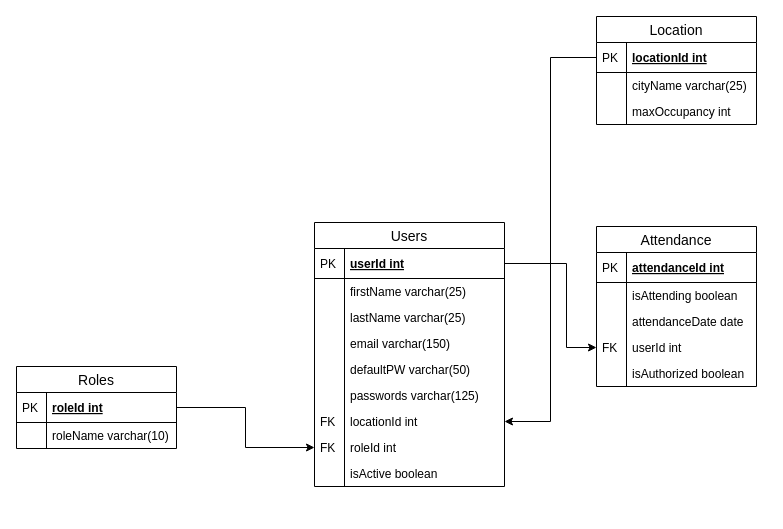
The draw.io diagram Documentations/ElephantERD.drawio in dev10-BackToWork/Elephant, before the edit. Source tidied: cells renumbered, new cells numbered last; positions are measured from the earlier drawing's top-left corner, leaving out a move shared by most shapes. Both pictures are drawn from the tidied source at 100%, with x=0, y=0 at pixel (16, 16).
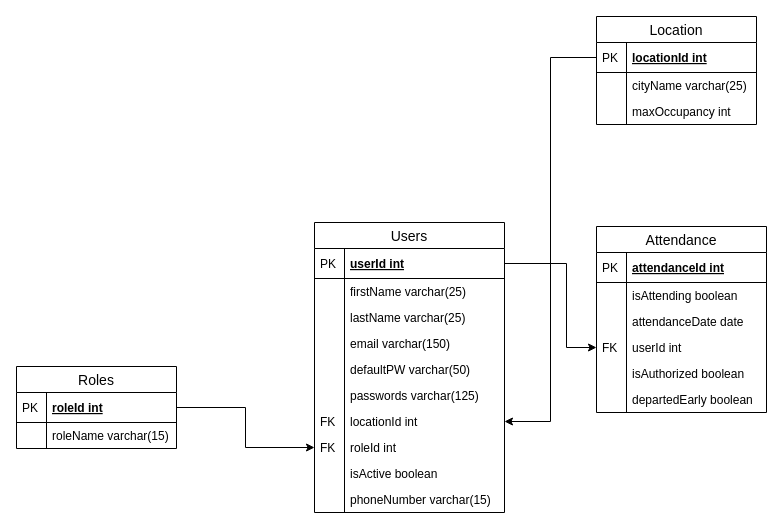
The same page after the edit.

Commit message (it also covers changes not shown here):
Added phoneNumber field to user table and departedEarly field to attendance table. Updated ERD.

Unchanged cells that the change refers to:
```xml
<mxCell id="15" value="Roles" style="swimlane;fontStyle=0;horizontal=1;startSize=26;align=center;fontSize=14;" parent="1" vertex="1">
  <mxGeometry y="350" width="160" height="82" as="geometry" />
</mxCell>
```

Change to the diagram source:
```diff
@@
     <mxCell id="3" value="Attendance" style="swimlane;fontStyle=0;horizontal=1;startSize=26;align=center;fontSize=14;" parent="1" vertex="1">
-      <mxGeometry x="580" y="210" width="160" height="160" as="geometry" />
+      <mxGeometry x="580" y="210" width="170" height="186" as="geometry" />
     </mxCell>
     <mxCell id="4" value="attendanceId int" style="shape=partialRectangle;top=0;left=0;right=0;bottom=1;align=left;verticalAlign=middle;fillColor=none;spacingLeft=34;spacingRight=4;overflow=hidden;fontStyle=5;fontSize=12;" parent="3" vertex="1">
-      <mxGeometry y="26" width="160" height="30" as="geometry" />
+      <mxGeometry y="26" width="170" height="30" as="geometry" />
     </mxCell>
@@
     <mxCell id="6" value="isAttending boolean" style="shape=partialRectangle;top=0;left=0;right=0;bottom=0;align=left;verticalAlign=top;fillColor=none;spacingLeft=34;spacingRight=4;overflow=hidden;fontSize=12;" parent="3" vertex="1">
-      <mxGeometry y="56" width="160" height="26" as="geometry" />
+      <mxGeometry y="56" width="170" height="26" as="geometry" />
     </mxCell>
@@
     <mxCell id="8" value="attendanceDate date" style="shape=partialRectangle;top=0;left=0;right=0;bottom=0;align=left;verticalAlign=top;fillColor=none;spacingLeft=34;spacingRight=4;overflow=hidden;fontSize=12;" parent="3" vertex="1">
-      <mxGeometry y="82" width="160" height="26" as="geometry" />
+      <mxGeometry y="82" width="170" height="26" as="geometry" />
     </mxCell>
@@
     <mxCell id="10" value="userId int" style="shape=partialRectangle;top=0;left=0;right=0;bottom=0;align=left;verticalAlign=top;fillColor=none;spacingLeft=34;spacingRight=4;overflow=hidden;points=[[0,0.5],[1,0.5]];portConstraint=eastwest;fontSize=12;" parent="3" vertex="1">
-      <mxGeometry y="108" width="160" height="26" as="geometry" />
+      <mxGeometry y="108" width="170" height="26" as="geometry" />
     </mxCell>
@@
     <mxCell id="12" value="isAuthorized boolean" style="shape=partialRectangle;top=0;left=0;right=0;bottom=0;align=left;verticalAlign=top;fillColor=none;spacingLeft=34;spacingRight=4;overflow=hidden;fontSize=12;" parent="3" vertex="1">
-      <mxGeometry y="134" width="160" height="26" as="geometry" />
+      <mxGeometry y="134" width="170" height="26" as="geometry" />
     </mxCell>
@@
+    <mxCell id="47" value="departedEarly boolean" style="shape=partialRectangle;top=0;left=0;right=0;bottom=0;align=left;verticalAlign=top;fillColor=none;spacingLeft=34;spacingRight=4;overflow=hidden;fontSize=12;" parent="3" vertex="1">
+      <mxGeometry y="160" width="170" height="26" as="geometry" />
+    </mxCell>
+    <mxCell id="48" style="shape=partialRectangle;top=0;left=0;bottom=0;fillColor=none;align=left;verticalAlign=top;spacingLeft=4;spacingRight=4;overflow=hidden;fontSize=12;" parent="47" vertex="1">
+      <mxGeometry width="30" height="26" as="geometry" />
+    </mxCell>
@@
-    <mxCell id="18" value="roleName varchar(10)" style="shape=partialRectangle;top=0;left=0;right=0;bottom=0;align=left;verticalAlign=top;fillColor=none;spacingLeft=34;spacingRight=4;overflow=hidden;fontSize=12;" parent="15" vertex="1">
+    <mxCell id="18" value="roleName varchar(15)" style="shape=partialRectangle;top=0;left=0;right=0;bottom=0;align=left;verticalAlign=top;fillColor=none;spacingLeft=34;spacingRight=4;overflow=hidden;fontSize=12;" parent="15" vertex="1">
       <mxGeometry y="56" width="160" height="26" as="geometry" />
     </mxCell>
@@
     <mxCell id="27" value="Users" style="swimlane;fontStyle=0;horizontal=1;startSize=26;align=center;fontSize=14;" parent="1" vertex="1">
-      <mxGeometry x="298" y="206" width="190" height="264" as="geometry" />
+      <mxGeometry x="298" y="206" width="190" height="290" as="geometry" />
     </mxCell>
@@
+    <mxCell id="49" value="phoneNumber varchar(15)" style="shape=partialRectangle;top=0;left=0;right=0;bottom=0;align=left;verticalAlign=top;fillColor=none;spacingLeft=34;spacingRight=4;overflow=hidden;fontSize=12;" parent="27" vertex="1">
+      <mxGeometry y="264" width="190" height="26" as="geometry" />
+    </mxCell>
+    <mxCell id="50" style="shape=partialRectangle;top=0;left=0;bottom=0;fillColor=none;align=left;verticalAlign=top;spacingLeft=4;spacingRight=4;overflow=hidden;fontSize=12;" parent="49" vertex="1">
+      <mxGeometry width="30" height="26" as="geometry" />
+    </mxCell>
```
